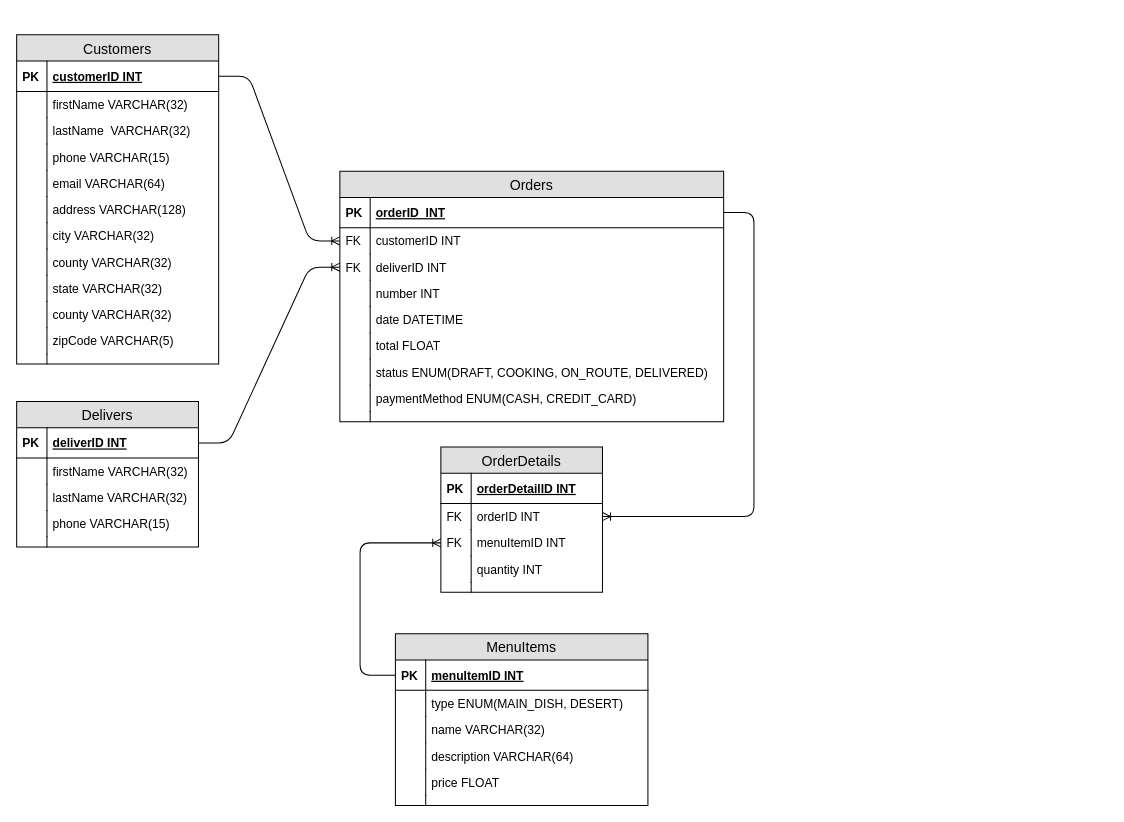
elbertcastaneda/oc-MapFoodDeliverySiteExpressFood keeps this draw.io diagram as oc-MapFoodDeliverySiteExpressFood.drawio. Above is the earlier version. Source tidied: cells renumbered, new cells numbered last; positions are measured from the earlier drawing's top-left corner, leaving out a move shared by most shapes. Both pictures are drawn from the tidied source at 101%, with x=0, y=0 at pixel (16, 34).
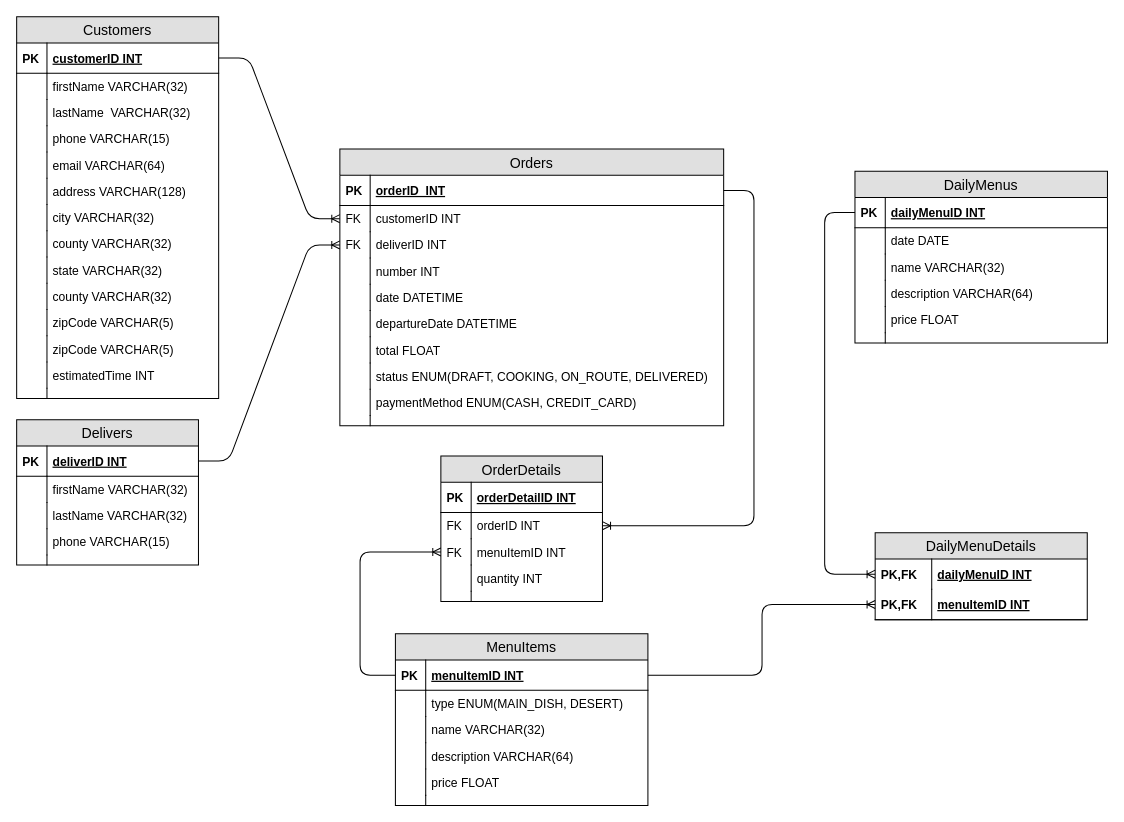
The same diagram, later.

Commit message:
Add any changes to include Daily menus in the web page

The change refers to these unchanged cells:
```xml
<mxCell id="2" style="group;" parent="1" vertex="1">
  <mxGeometry width="200" height="326" as="geometry" />
</mxCell>
<mxCell id="74" value="menuItemID INT" style="shape=partialRectangle;top=0;left=0;right=0;bottom=1;align=left;verticalAlign=middle;fillColor=none;spacingLeft=34;spacingRight=4;overflow=hidden;points=[[0,0.5],[1,0.5]];portConstraint=eastwest;fontStyle=5;fontSize=12;" parent="73" vertex="1">
  <mxGeometry y="26" width="250" height="30" as="geometry" />
</mxCell>
```

What changed in the source:
```diff
@@
     <mxCell id="3" value="Customers" style="swimlane;fontStyle=0;horizontal=1;startSize=26;fillColor=#e0e0e0;swimlaneFillColor=#ffffff;align=center;fontSize=14;" parent="2" vertex="1">
-      <mxGeometry width="200" height="326" as="geometry" />
+      <mxGeometry y="-18" width="200" height="378" as="geometry" />
     </mxCell>
@@
+    <mxCell id="87" value="zipCode VARCHAR(5)" style="shape=partialRectangle;top=0;left=0;right=0;bottom=0;align=left;verticalAlign=top;fillColor=none;spacingLeft=34;spacingRight=4;overflow=hidden;fontSize=12;" parent="3" vertex="1">
+      <mxGeometry y="316" width="200" height="26" as="geometry" />
+    </mxCell>
+    <mxCell id="88" style="shape=partialRectangle;top=0;left=0;bottom=0;fillColor=none;align=left;verticalAlign=top;spacingLeft=4;spacingRight=4;overflow=hidden;fontSize=12;" parent="87" vertex="1">
+      <mxGeometry width="30" height="26" as="geometry" />
+    </mxCell>
+    <mxCell id="89" value="estimatedTime INT" style="shape=partialRectangle;top=0;left=0;right=0;bottom=0;align=left;verticalAlign=top;fillColor=none;spacingLeft=34;spacingRight=4;overflow=hidden;fontSize=12;" parent="3" vertex="1">
+      <mxGeometry y="342" width="200" height="26" as="geometry" />
+    </mxCell>
+    <mxCell id="90" style="shape=partialRectangle;top=0;left=0;bottom=0;fillColor=none;align=left;verticalAlign=top;spacingLeft=4;spacingRight=4;overflow=hidden;fontSize=12;" parent="89" vertex="1">
+      <mxGeometry width="30" height="26" as="geometry" />
+    </mxCell>
     <mxCell id="26" style="shape=partialRectangle;top=0;left=0;right=0;bottom=0;align=left;verticalAlign=top;fillColor=none;spacingLeft=34;spacingRight=4;overflow=hidden;fontSize=12;" parent="3" vertex="1">
-      <mxGeometry y="316" width="200" height="10" as="geometry" />
+      <mxGeometry y="368" width="200" height="10" as="geometry" />
     </mxCell>
@@
     <mxCell id="29" value="Orders" style="swimlane;fontStyle=0;horizontal=1;startSize=26;fillColor=#e0e0e0;swimlaneFillColor=#ffffff;align=center;fontSize=14;" parent="1" vertex="1">
-      <mxGeometry x="320" y="135" width="380" height="248" as="geometry" />
+      <mxGeometry x="320" y="113" width="380" height="274" as="geometry" />
     </mxCell>
@@
+    <mxCell id="91" value="departureDate DATETIME" style="shape=partialRectangle;top=0;left=0;right=0;bottom=0;align=left;verticalAlign=top;fillColor=none;spacingLeft=34;spacingRight=4;overflow=hidden;fontSize=12;" parent="29" vertex="1">
+      <mxGeometry y="160" width="380" height="26" as="geometry" />
+    </mxCell>
+    <mxCell id="92" style="shape=partialRectangle;top=0;left=0;bottom=0;fillColor=none;align=left;verticalAlign=top;spacingLeft=4;spacingRight=4;overflow=hidden;fontSize=12;" parent="91" vertex="1">
+      <mxGeometry width="30" height="26" as="geometry" />
+    </mxCell>
     <mxCell id="40" value="total FLOAT" style="shape=partialRectangle;top=0;left=0;right=0;bottom=0;align=left;verticalAlign=top;fillColor=none;spacingLeft=34;spacingRight=4;overflow=hidden;fontSize=12;" parent="29" vertex="1">
-      <mxGeometry y="160" width="380" height="26" as="geometry" />
+      <mxGeometry y="186" width="380" height="26" as="geometry" />
     </mxCell>
@@
     <mxCell id="42" value="status ENUM(DRAFT, COOKING, ON_ROUTE, DELIVERED)" style="shape=partialRectangle;top=0;left=0;right=0;bottom=0;align=left;verticalAlign=top;fillColor=none;spacingLeft=34;spacingRight=4;overflow=hidden;fontSize=12;" parent="29" vertex="1">
-      <mxGeometry y="186" width="380" height="26" as="geometry" />
+      <mxGeometry y="212" width="380" height="26" as="geometry" />
     </mxCell>
@@
     <mxCell id="44" value="paymentMethod ENUM(CASH, CREDIT_CARD)" style="shape=partialRectangle;top=0;left=0;right=0;bottom=0;align=left;verticalAlign=top;fillColor=none;spacingLeft=34;spacingRight=4;overflow=hidden;fontSize=12;" parent="29" vertex="1">
-      <mxGeometry y="212" width="380" height="26" as="geometry" />
+      <mxGeometry y="238" width="380" height="26" as="geometry" />
     </mxCell>
@@
     <mxCell id="46" style="shape=partialRectangle;top=0;left=0;right=0;bottom=0;align=left;verticalAlign=top;fillColor=none;spacingLeft=34;spacingRight=4;overflow=hidden;fontSize=12;" parent="29" vertex="1">
-      <mxGeometry y="238" width="380" height="10" as="geometry" />
+      <mxGeometry y="264" width="380" height="10" as="geometry" />
     </mxCell>
@@
     <mxCell id="49" style="group;" parent="1" vertex="1">
-      <mxGeometry x="420" y="408" width="160" height="144" as="geometry" />
+      <mxGeometry x="420" y="417" width="160" height="144" as="geometry" />
     </mxCell>
@@
     <mxCell id="62" value="Delivers" style="swimlane;fontStyle=0;horizontal=1;startSize=26;fillColor=#e0e0e0;swimlaneFillColor=#ffffff;align=center;fontSize=14;" parent="1" vertex="1">
-      <mxGeometry y="363" width="180" height="144" as="geometry" />
+      <mxGeometry y="381" width="180" height="144" as="geometry" />
     </mxCell>
@@
+    <mxCell id="93" value="DailyMenus" style="swimlane;fontStyle=0;horizontal=1;startSize=26;fillColor=#e0e0e0;swimlaneFillColor=#ffffff;align=center;fontSize=14;" parent="1" vertex="1">
+      <mxGeometry x="830" y="135" width="250" height="170" as="geometry" />
+    </mxCell>
+    <mxCell id="94" value="dailyMenuID INT" style="shape=partialRectangle;top=0;left=0;right=0;bottom=1;align=left;verticalAlign=middle;fillColor=none;spacingLeft=34;spacingRight=4;overflow=hidden;points=[[0,0.5],[1,0.5]];portConstraint=eastwest;fontStyle=5;fontSize=12;" parent="93" vertex="1">
+      <mxGeometry y="26" width="250" height="30" as="geometry" />
+    </mxCell>
+    <mxCell id="95" value="PK" style="shape=partialRectangle;top=0;left=0;bottom=0;fillColor=none;align=left;verticalAlign=middle;spacingLeft=4;spacingRight=4;overflow=hidden;fontSize=12;fontStyle=1;" parent="94" vertex="1">
+      <mxGeometry width="30" height="30" as="geometry" />
+    </mxCell>
+    <mxCell id="96" value="date DATE" style="shape=partialRectangle;top=0;left=0;right=0;bottom=0;align=left;verticalAlign=top;fillColor=none;spacingLeft=34;spacingRight=4;overflow=hidden;fontSize=12;" parent="93" vertex="1">
+      <mxGeometry y="56" width="250" height="26" as="geometry" />
+    </mxCell>
+    <mxCell id="97" style="shape=partialRectangle;top=0;left=0;bottom=0;fillColor=none;align=left;verticalAlign=top;spacingLeft=4;spacingRight=4;overflow=hidden;fontSize=12;" parent="96" vertex="1">
+      <mxGeometry width="30" height="26" as="geometry" />
+    </mxCell>
+    <mxCell id="98" value="name VARCHAR(32)" style="shape=partialRectangle;top=0;left=0;right=0;bottom=0;align=left;verticalAlign=top;fillColor=none;spacingLeft=34;spacingRight=4;overflow=hidden;fontSize=12;" parent="93" vertex="1">
+      <mxGeometry y="82" width="250" height="26" as="geometry" />
+    </mxCell>
+    <mxCell id="99" style="shape=partialRectangle;top=0;left=0;bottom=0;fillColor=none;align=left;verticalAlign=top;spacingLeft=4;spacingRight=4;overflow=hidden;fontSize=12;" parent="98" vertex="1">
+      <mxGeometry width="30" height="26" as="geometry" />
+    </mxCell>
+    <mxCell id="100" value="description VARCHAR(64)" style="shape=partialRectangle;top=0;left=0;right=0;bottom=0;align=left;verticalAlign=top;fillColor=none;spacingLeft=34;spacingRight=4;overflow=hidden;fontSize=12;" parent="93" vertex="1">
+      <mxGeometry y="108" width="250" height="26" as="geometry" />
+    </mxCell>
+    <mxCell id="101" style="shape=partialRectangle;top=0;left=0;bottom=0;fillColor=none;align=left;verticalAlign=top;spacingLeft=4;spacingRight=4;overflow=hidden;fontSize=12;" parent="100" vertex="1">
+      <mxGeometry width="30" height="26" as="geometry" />
+    </mxCell>
+    <mxCell id="102" value="price FLOAT" style="shape=partialRectangle;top=0;left=0;right=0;bottom=0;align=left;verticalAlign=top;fillColor=none;spacingLeft=34;spacingRight=4;overflow=hidden;fontSize=12;" parent="93" vertex="1">
+      <mxGeometry y="134" width="250" height="26" as="geometry" />
+    </mxCell>
+    <mxCell id="103" style="shape=partialRectangle;top=0;left=0;bottom=0;fillColor=none;align=left;verticalAlign=top;spacingLeft=4;spacingRight=4;overflow=hidden;fontSize=12;" parent="102" vertex="1">
+      <mxGeometry width="30" height="26" as="geometry" />
+    </mxCell>
+    <mxCell id="104" style="shape=partialRectangle;top=0;left=0;right=0;bottom=0;align=left;verticalAlign=top;fillColor=none;spacingLeft=34;spacingRight=4;overflow=hidden;fontSize=12;" parent="93" vertex="1">
+      <mxGeometry y="160" width="250" height="10" as="geometry" />
+    </mxCell>
+    <mxCell id="105" style="shape=partialRectangle;top=0;left=0;bottom=0;fillColor=none;align=left;verticalAlign=top;spacingLeft=4;spacingRight=4;overflow=hidden;fontSize=12;" parent="104" vertex="1">
+      <mxGeometry width="30" height="10" as="geometry" />
+    </mxCell>
+    <mxCell id="106" value="DailyMenuDetails" style="swimlane;fontStyle=0;horizontal=1;startSize=26;fillColor=#e0e0e0;swimlaneFillColor=#ffffff;align=center;fontSize=14;" parent="1" vertex="1">
+      <mxGeometry x="850" y="493" width="210" height="86" as="geometry" />
+    </mxCell>
+    <mxCell id="107" value="dailyMenuID INT" style="shape=partialRectangle;top=0;left=0;right=0;bottom=0;align=left;verticalAlign=middle;fillColor=none;spacingLeft=60;spacingRight=4;overflow=hidden;points=[[0,0.5],[1,0.5]];portConstraint=eastwest;fontStyle=5;fontSize=12;" parent="106" vertex="1">
+      <mxGeometry y="26" width="210" height="30" as="geometry" />
+    </mxCell>
+    <mxCell id="108" value="PK,FK" style="shape=partialRectangle;fontStyle=1;top=0;left=0;bottom=0;fillColor=none;align=left;verticalAlign=middle;spacingLeft=4;spacingRight=4;overflow=hidden;fontSize=12;" parent="107" vertex="1">
+      <mxGeometry width="56" height="30" as="geometry" />
+    </mxCell>
+    <mxCell id="109" value="menuItemID INT" style="shape=partialRectangle;top=0;left=0;right=0;bottom=1;align=left;verticalAlign=middle;fillColor=none;spacingLeft=60;spacingRight=4;overflow=hidden;points=[[0,0.5],[1,0.5]];portConstraint=eastwest;fontStyle=5;fontSize=12;" parent="106" vertex="1">
+      <mxGeometry y="56" width="210" height="30" as="geometry" />
+    </mxCell>
+    <mxCell id="110" value="PK,FK" style="shape=partialRectangle;fontStyle=1;top=0;left=0;bottom=0;fillColor=none;align=left;verticalAlign=middle;spacingLeft=4;spacingRight=4;overflow=hidden;fontSize=12;" parent="109" vertex="1">
+      <mxGeometry width="56" height="30" as="geometry" />
+    </mxCell>
+    <mxCell id="111" style="edgeStyle=elbowEdgeStyle;fontSize=12;html=1;endArrow=ERoneToMany;entryX=0;entryY=0.5;entryDx=0;entryDy=0;" parent="1" edge="1" source="74" target="109">
+      <mxGeometry relative="1" as="geometry" />
+    </mxCell>
+    <mxCell id="112" style="edgeStyle=elbowEdgeStyle;fontSize=12;html=1;endArrow=ERoneToMany;exitX=0;exitY=0.5;exitDx=0;exitDy=0;" parent="1" edge="1" source="94" target="107">
+      <mxGeometry relative="1" as="geometry">
+        <Array as="points">
+          <mxPoint x="800" y="363" />
+        </Array>
+      </mxGeometry>
+    </mxCell>
```
